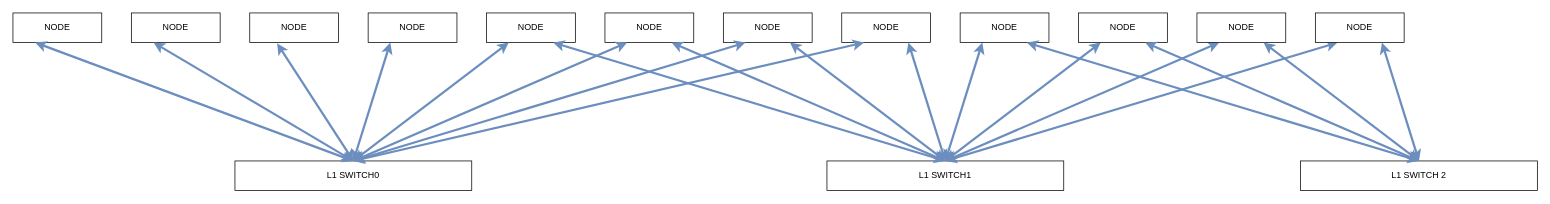
This is OAM/100NodeNetTopo3.drawio from BEYHHH/SBLP, a draw.io file, before an edit. Source tidied: cells renumbered, new cells numbered last; positions are measured from the earlier drawing's top-left corner, leaving out a move shared by most shapes. Both pictures are drawn from the tidied source at 74%, with x=0, y=0 at pixel (13, 13).
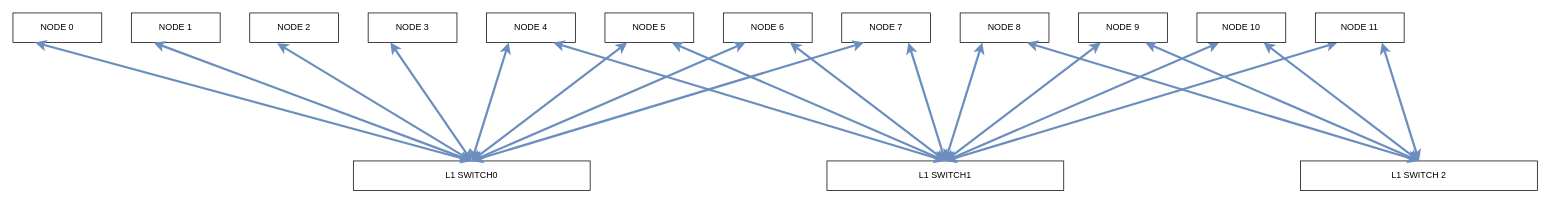
Above is the later version.

Change to the diagram source:
```diff
@@
-    <mxCell id="2" value="NODE" style="rounded=0;whiteSpace=wrap;html=1;" parent="1" vertex="1">
+    <mxCell id="2" value="NODE 2" style="rounded=0;whiteSpace=wrap;html=1;" parent="1" vertex="1">
       <mxGeometry x="320" width="120" height="40" as="geometry" />
     </mxCell>
-    <mxCell id="3" value="NODE" style="rounded=0;whiteSpace=wrap;html=1;" parent="1" vertex="1">
+    <mxCell id="3" value="NODE 3" style="rounded=0;whiteSpace=wrap;html=1;" parent="1" vertex="1">
       <mxGeometry x="480" width="120" height="40" as="geometry" />
     </mxCell>
-    <mxCell id="4" value="NODE" style="rounded=0;whiteSpace=wrap;html=1;" parent="1" vertex="1">
+    <mxCell id="4" value="NODE 4" style="rounded=0;whiteSpace=wrap;html=1;" parent="1" vertex="1">
       <mxGeometry x="640" width="120" height="40" as="geometry" />
     </mxCell>
-    <mxCell id="5" value="NODE" style="rounded=0;whiteSpace=wrap;html=1;" parent="1" vertex="1">
+    <mxCell id="5" value="NODE 5" style="rounded=0;whiteSpace=wrap;html=1;" parent="1" vertex="1">
       <mxGeometry x="800" width="120" height="40" as="geometry" />
     </mxCell>
-    <mxCell id="6" value="NODE" style="rounded=0;whiteSpace=wrap;html=1;" parent="1" vertex="1">
+    <mxCell id="6" value="NODE 6" style="rounded=0;whiteSpace=wrap;html=1;" parent="1" vertex="1">
       <mxGeometry x="960" width="120" height="40" as="geometry" />
     </mxCell>
     <mxCell id="7" value="L1 SWITCH0" style="rounded=0;whiteSpace=wrap;html=1;" parent="1" vertex="1">
-      <mxGeometry x="300" y="200" width="320" height="40" as="geometry" />
+      <mxGeometry x="460" y="200" width="320" height="40" as="geometry" />
     </mxCell>
@@
-    <mxCell id="19" value="NODE" style="rounded=0;whiteSpace=wrap;html=1;" parent="1" vertex="1">
+    <mxCell id="19" value="NODE 7" style="rounded=0;whiteSpace=wrap;html=1;" parent="1" vertex="1">
       <mxGeometry x="1120" width="120" height="40" as="geometry" />
     </mxCell>
-    <mxCell id="20" value="NODE" style="rounded=0;whiteSpace=wrap;html=1;" parent="1" vertex="1">
+    <mxCell id="20" value="NODE 1" style="rounded=0;whiteSpace=wrap;html=1;" parent="1" vertex="1">
       <mxGeometry x="160" width="120" height="40" as="geometry" />
     </mxCell>
@@
-    <mxCell id="25" value="NODE" style="rounded=0;whiteSpace=wrap;html=1;" parent="1" vertex="1">
+    <mxCell id="25" value="NODE 0" style="rounded=0;whiteSpace=wrap;html=1;" parent="1" vertex="1">
       <mxGeometry width="120" height="40" as="geometry" />
     </mxCell>
@@
-    <mxCell id="28" value="NODE" style="rounded=0;whiteSpace=wrap;html=1;" parent="1" vertex="1">
+    <mxCell id="28" value="NODE 8" style="rounded=0;whiteSpace=wrap;html=1;" parent="1" vertex="1">
       <mxGeometry x="1280" width="120" height="40" as="geometry" />
     </mxCell>
-    <mxCell id="29" value="NODE" style="rounded=0;whiteSpace=wrap;html=1;" parent="1" vertex="1">
+    <mxCell id="29" value="NODE 9" style="rounded=0;whiteSpace=wrap;html=1;" parent="1" vertex="1">
       <mxGeometry x="1440" width="120" height="40" as="geometry" />
     </mxCell>
-    <mxCell id="30" value="NODE" style="rounded=0;whiteSpace=wrap;html=1;" parent="1" vertex="1">
+    <mxCell id="30" value="NODE 10" style="rounded=0;whiteSpace=wrap;html=1;" parent="1" vertex="1">
       <mxGeometry x="1600" width="120" height="40" as="geometry" />
     </mxCell>
-    <mxCell id="31" value="NODE" style="rounded=0;whiteSpace=wrap;html=1;" parent="1" vertex="1">
+    <mxCell id="31" value="NODE 11" style="rounded=0;whiteSpace=wrap;html=1;" parent="1" vertex="1">
       <mxGeometry x="1760" width="120" height="40" as="geometry" />
     </mxCell>
```
